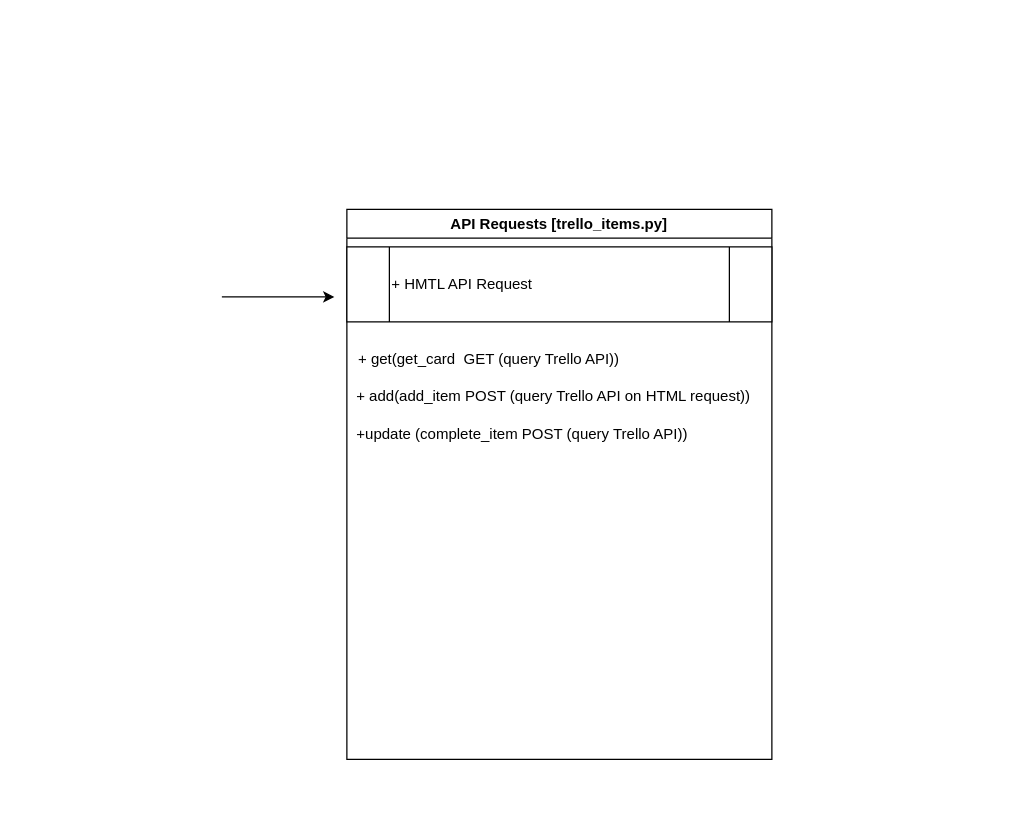
Earlier version of the draw.io diagram page "Component Diagram" (3 of 3) of documentation/Project 6.drawio (JonnyHarris94/DevOps-Academy). Source tidied: cells renumbered, new cells numbered last; positions are measured from the earlier drawing's top-left corner, leaving out a move shared by most shapes. Both pictures are drawn from the tidied source at 125%, with x=0, y=0 at pixel (221, 209).
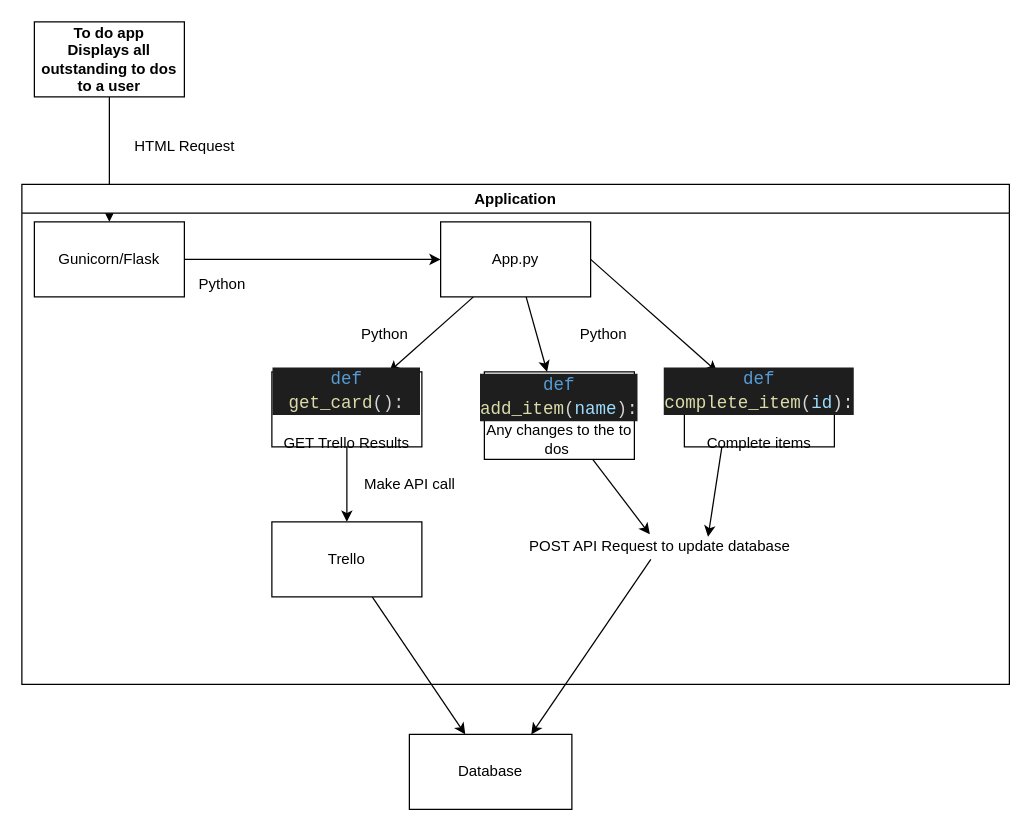
Above is the later version.

Diff of the diagram source:
```diff
@@
-    <mxCell id="2" value="API Requests [trello_items.py]" style="swimlane;" parent="1" vertex="1">
-      <mxGeometry x="100" width="340" height="440" as="geometry" />
-    </mxCell>
-    <mxCell id="3" value="+ HMTL API Request&amp;nbsp;" style="shape=process;whiteSpace=wrap;html=1;backgroundOutline=1;align=left;" parent="2" vertex="1">
-      <mxGeometry y="30" width="340" height="60" as="geometry" />
-    </mxCell>
-    <mxCell id="4" value="+ get(get_card&amp;nbsp; GET (query Trello API))&amp;nbsp;" style="text;html=1;align=center;verticalAlign=middle;strokeColor=none;" parent="2" vertex="1">
-      <mxGeometry y="110" width="230" height="20" as="geometry" />
-    </mxCell>
-    <mxCell id="5" value="+ add(add_item POST (query Trello API on HTML request))" style="text;html=1;align=center;verticalAlign=middle;strokeColor=none;" parent="2" vertex="1">
-      <mxGeometry y="140" width="330" height="20" as="geometry" />
-    </mxCell>
-    <mxCell id="6" value="+update (complete_item POST (query Trello API))" style="text;html=1;align=center;verticalAlign=middle;strokeColor=none;" parent="2" vertex="1">
-      <mxGeometry y="170" width="280" height="20" as="geometry" />
-    </mxCell>
-    <mxCell id="7" style="endArrow=classic;html=1;" parent="1" edge="1">
-      <mxGeometry relative="1" as="geometry">
-        <mxPoint y="70" as="sourcePoint" />
-        <mxPoint x="90" y="70" as="targetPoint" />
-      </mxGeometry>
-    </mxCell>
+    <mxCell id="8" style="edgeStyle=none;html=1;" parent="1" edge="1" source="9" target="11">
+      <mxGeometry relative="1" as="geometry" />
+    </mxCell>
+    <mxCell id="9" value="&lt;span&gt;To do app&lt;/span&gt;&lt;br&gt;Displays all outstanding to dos to a user" style="rounded=0;whiteSpace=wrap;html=1;fontStyle=1;" parent="1" vertex="1">
+      <mxGeometry x="-150" y="-150" width="120" height="60" as="geometry" />
+    </mxCell>
+    <mxCell id="10" style="edgeStyle=none;html=1;" parent="1" edge="1" source="11" target="26">
+      <mxGeometry relative="1" as="geometry" />
+    </mxCell>
+    <mxCell id="11" value="Gunicorn/Flask" style="rounded=0;whiteSpace=wrap;html=1;" parent="1" vertex="1">
+      <mxGeometry x="-150" y="10" width="120" height="60" as="geometry" />
+    </mxCell>
+    <mxCell id="12" style="edgeStyle=none;html=1;" parent="1" edge="1" source="26" target="14">
+      <mxGeometry relative="1" as="geometry" />
+    </mxCell>
+    <mxCell id="13" style="edgeStyle=none;html=1;" parent="1" edge="1" source="14" target="16">
+      <mxGeometry relative="1" as="geometry" />
+    </mxCell>
+    <mxCell id="14" value="&lt;div style=&quot;color: rgb(212 , 212 , 212) ; background-color: rgb(30 , 30 , 30) ; font-family: &amp;#34;consolas&amp;#34; , &amp;#34;courier new&amp;#34; , monospace ; font-size: 14px ; line-height: 19px&quot;&gt;&lt;span style=&quot;color: #569cd6&quot;&gt;def&lt;/span&gt; &lt;span style=&quot;color: #dcdcaa&quot;&gt;get_card&lt;/span&gt;():&lt;/div&gt;&lt;br&gt;GET Trello Results" style="rounded=0;whiteSpace=wrap;html=1;" parent="1" vertex="1">
+      <mxGeometry x="40" y="130" width="120" height="60" as="geometry" />
+    </mxCell>
+    <mxCell id="15" style="edgeStyle=none;html=1;" parent="1" edge="1" source="16" target="31">
+      <mxGeometry relative="1" as="geometry" />
+    </mxCell>
+    <mxCell id="16" value="Trello" style="whiteSpace=wrap;html=1;" parent="1" vertex="1">
+      <mxGeometry x="40" y="250" width="120" height="60" as="geometry" />
+    </mxCell>
+    <mxCell id="17" value="HTML Request" style="text;html=1;align=center;verticalAlign=middle;strokeColor=none;fillColor=none;" parent="1" vertex="1">
+      <mxGeometry x="-80" y="-60" width="100" height="20" as="geometry" />
+    </mxCell>
+    <mxCell id="18" value="Application" style="swimlane;" parent="1" vertex="1">
+      <mxGeometry x="-160" y="-20" width="790" height="400" as="geometry" />
+    </mxCell>
+    <mxCell id="19" value="Python" style="text;html=1;align=center;verticalAlign=middle;strokeColor=none;fillColor=none;" parent="18" vertex="1">
+      <mxGeometry x="135" y="70" width="50" height="20" as="geometry" />
+    </mxCell>
+    <mxCell id="20" value="Python" style="text;html=1;align=center;verticalAlign=middle;strokeColor=none;fillColor=none;" parent="18" vertex="1">
+      <mxGeometry x="265" y="110" width="50" height="20" as="geometry" />
+    </mxCell>
+    <mxCell id="21" value="Make API call" style="text;html=1;align=center;verticalAlign=middle;strokeColor=none;fillColor=none;" parent="18" vertex="1">
+      <mxGeometry x="265" y="230" width="90" height="20" as="geometry" />
+    </mxCell>
+    <mxCell id="22" style="edgeStyle=none;html=1;" parent="18" edge="1" source="23" target="29">
+      <mxGeometry relative="1" as="geometry" />
+    </mxCell>
+    <mxCell id="23" value="&lt;div style=&quot;color: rgb(212 , 212 , 212) ; background-color: rgb(30 , 30 , 30) ; font-family: &amp;#34;consolas&amp;#34; , &amp;#34;courier new&amp;#34; , monospace ; font-size: 14px ; line-height: 19px&quot;&gt;&lt;span style=&quot;color: #569cd6&quot;&gt;def&lt;/span&gt; &lt;span style=&quot;color: #dcdcaa&quot;&gt;add_item&lt;/span&gt;(&lt;span style=&quot;color: #9cdcfe&quot;&gt;name&lt;/span&gt;):&lt;/div&gt;Any changes to the to dos&amp;nbsp;" style="whiteSpace=wrap;html=1;" parent="18" vertex="1">
+      <mxGeometry x="370" y="150" width="120" height="70" as="geometry" />
+    </mxCell>
+    <mxCell id="24" style="edgeStyle=none;html=1;" parent="18" edge="1" source="26" target="23">
+      <mxGeometry relative="1" as="geometry" />
+    </mxCell>
+    <mxCell id="25" style="edgeStyle=none;html=1;exitX=1;exitY=0.5;exitDx=0;exitDy=0;" parent="18" edge="1" source="26" target="28">
+      <mxGeometry relative="1" as="geometry" />
+    </mxCell>
+    <mxCell id="26" value="App.py" style="rounded=0;whiteSpace=wrap;html=1;" parent="18" vertex="1">
+      <mxGeometry x="335" y="30" width="120" height="60" as="geometry" />
+    </mxCell>
+    <mxCell id="27" value="Python" style="text;html=1;align=center;verticalAlign=middle;strokeColor=none;fillColor=none;" parent="18" vertex="1">
+      <mxGeometry x="440" y="110" width="50" height="20" as="geometry" />
+    </mxCell>
+    <mxCell id="28" value="&lt;div style=&quot;color: rgb(212 , 212 , 212) ; background-color: rgb(30 , 30 , 30) ; font-family: &amp;#34;consolas&amp;#34; , &amp;#34;courier new&amp;#34; , monospace ; font-size: 14px ; line-height: 19px&quot;&gt;&lt;span style=&quot;color: #569cd6&quot;&gt;def&lt;/span&gt; &lt;span style=&quot;color: #dcdcaa&quot;&gt;complete_item&lt;/span&gt;(&lt;span style=&quot;color: #9cdcfe&quot;&gt;id&lt;/span&gt;):&lt;/div&gt;&lt;br&gt;Complete items" style="whiteSpace=wrap;html=1;" parent="18" vertex="1">
+      <mxGeometry x="530" y="150" width="120" height="60" as="geometry" />
+    </mxCell>
+    <mxCell id="29" value="POST API Request to update database" style="text;html=1;align=center;verticalAlign=middle;points=[];strokeColor=none;fillColor=none;" parent="18" vertex="1">
+      <mxGeometry x="400" y="280" width="220" height="20" as="geometry" />
+    </mxCell>
+    <mxCell id="30" style="edgeStyle=none;html=1;exitX=0.25;exitY=1;exitDx=0;exitDy=0;entryX=0.677;entryY=0.1;entryDx=0;entryDy=0;entryPerimeter=0;" parent="18" edge="1" source="28" target="29">
+      <mxGeometry relative="1" as="geometry" />
+    </mxCell>
+    <mxCell id="31" value="Database" style="rounded=0;whiteSpace=wrap;html=1;direction=east;" parent="1" vertex="1">
+      <mxGeometry x="150" y="420" width="130" height="60" as="geometry" />
+    </mxCell>
+    <mxCell id="32" style="edgeStyle=none;html=1;entryX=0.75;entryY=0;entryDx=0;entryDy=0;" parent="1" edge="1" source="29" target="31">
+      <mxGeometry relative="1" as="geometry" />
+    </mxCell>
```
